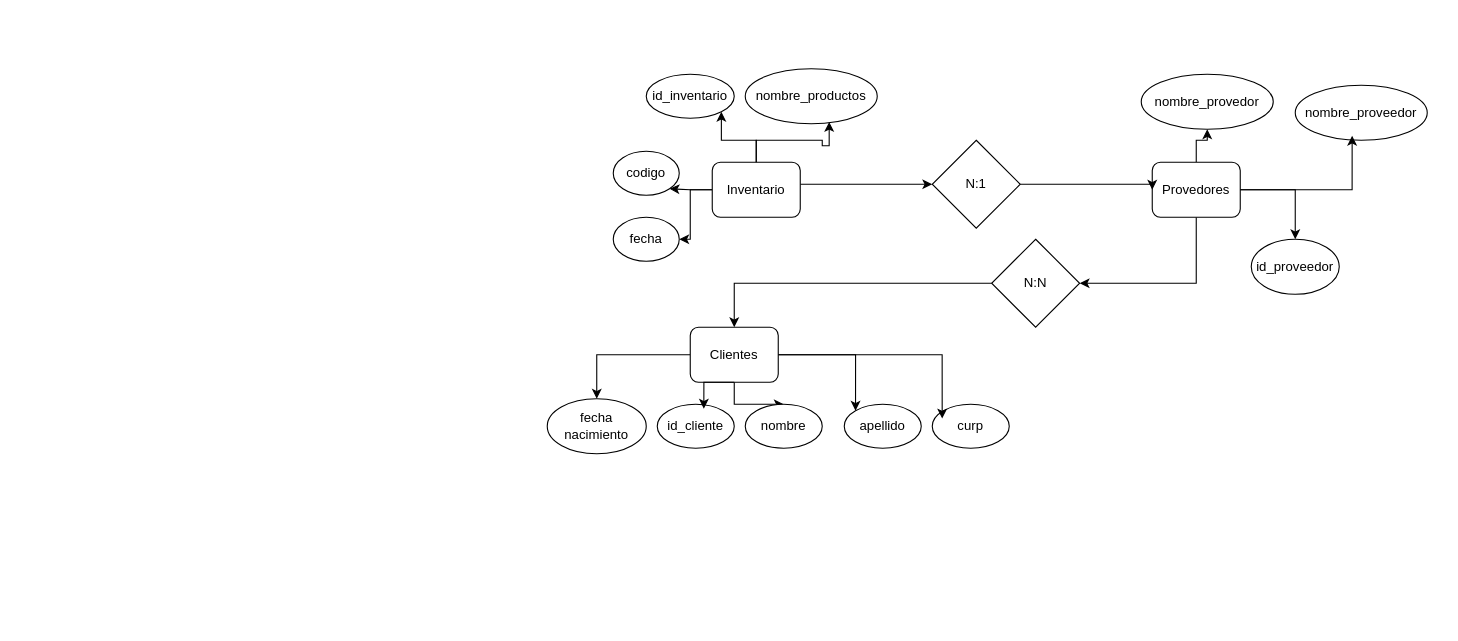
Earlier version of the draw.io diagram Diagrama sin título.drawio (AlexAntonio29/PracticasProgramacion). Source tidied: cells renumbered, new cells numbered last; positions are measured from the earlier drawing's top-left corner, leaving out a move shared by most shapes. Both pictures are drawn from the tidied source at 110%, with x=0, y=0 at pixel (547, 68).
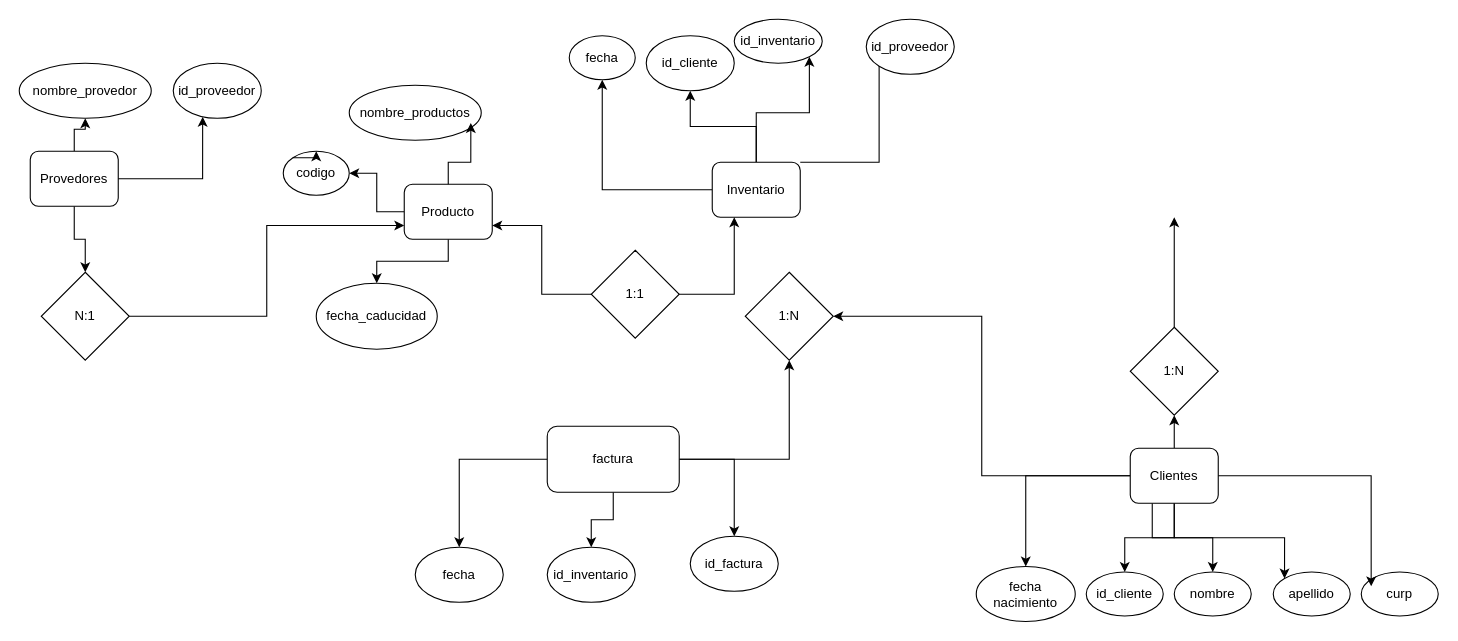
The same page after the edit.

Unchanged cells that the change refers to:
```xml
<mxCell id="6" value="Inventario" style="rounded=1;whiteSpace=wrap;html=1;" parent="1" vertex="1">
  <mxGeometry x="150" y="85" width="80" height="50" as="geometry" />
</mxCell>
```

Diff of the diagram source:
```diff
@@
-    <mxCell id="3" style="edgeStyle=orthogonalEdgeStyle;rounded=0;jettySize=auto;html=1;entryX=1;entryY=1;entryDx=0;entryDy=0;" parent="1" edge="1" source="6" target="17">
-      <mxGeometry relative="1" as="geometry" />
-    </mxCell>
@@
-    <mxCell id="5" style="edgeStyle=orthogonalEdgeStyle;rounded=0;jettySize=auto;html=1;entryX=0;entryY=0.5;entryDx=0;entryDy=0;" parent="1" edge="1" source="6" target="32">
-      <mxGeometry relative="1" as="geometry">
-        <Array as="points">
-          <mxPoint x="260" y="105" />
-          <mxPoint x="260" y="105" />
-        </Array>
-      </mxGeometry>
-    </mxCell>
+    <mxCell id="35" style="edgeStyle=orthogonalEdgeStyle;rounded=0;jettySize=auto;html=1;" parent="1" edge="1" source="6" target="55">
+      <mxGeometry relative="1" as="geometry" />
+    </mxCell>
+    <mxCell id="36" style="edgeStyle=orthogonalEdgeStyle;rounded=0;jettySize=auto;html=1;entryX=0;entryY=0;entryDx=0;entryDy=0;" parent="1" edge="1" source="6" target="54">
+      <mxGeometry relative="1" as="geometry">
+        <Array as="points">
+          <mxPoint x="301" y="85" />
+        </Array>
+      </mxGeometry>
+    </mxCell>
@@
+    <mxCell id="9" style="edgeStyle=orthogonalEdgeStyle;rounded=0;jettySize=auto;html=1;exitX=0.25;exitY=1;exitDx=0;exitDy=0;entryX=0;entryY=0;entryDx=0;entryDy=0;" parent="1" edge="1" source="10" target="24">
+      <mxGeometry relative="1" as="geometry" />
+    </mxCell>
+    <mxCell id="37" style="edgeStyle=orthogonalEdgeStyle;rounded=0;jettySize=auto;html=1;entryX=0.25;entryY=1;entryDx=0;entryDy=0;" parent="1" edge="1" source="59">
+      <mxGeometry relative="1" as="geometry">
+        <mxPoint x="570" y="135" as="targetPoint" />
+      </mxGeometry>
+    </mxCell>
+    <mxCell id="38" style="edgeStyle=orthogonalEdgeStyle;rounded=0;jettySize=auto;html=1;entryX=0.5;entryY=1;entryDx=0;entryDy=0;" parent="1" edge="1" source="10" target="59">
+      <mxGeometry relative="1" as="geometry" />
+    </mxCell>
+    <mxCell id="39" style="edgeStyle=orthogonalEdgeStyle;rounded=0;jettySize=auto;html=1;entryX=1;entryY=0.5;entryDx=0;entryDy=0;" parent="1" edge="1" source="10" target="58">
+      <mxGeometry relative="1" as="geometry" />
+    </mxCell>
+    <mxCell id="8" style="edgeStyle=orthogonalEdgeStyle;rounded=0;jettySize=auto;html=1;" parent="1" edge="1" source="10" target="23">
+      <mxGeometry relative="1" as="geometry" />
+    </mxCell>
+    <mxCell id="27" style="edgeStyle=orthogonalEdgeStyle;rounded=0;jettySize=auto;html=1;entryX=0.5;entryY=0;entryDx=0;entryDy=0;" parent="1" edge="1" source="10" target="22">
+      <mxGeometry relative="1" as="geometry" />
+    </mxCell>
-    <mxCell id="7" style="edgeStyle=orthogonalEdgeStyle;rounded=0;jettySize=auto;html=1;exitX=0;exitY=0.5;exitDx=0;exitDy=0;entryX=0.5;entryY=0;entryDx=0;entryDy=0;" parent="1" edge="1" source="10" target="26">
+    <mxCell id="7" style="edgeStyle=orthogonalEdgeStyle;rounded=0;jettySize=auto;html=1;" parent="1" edge="1" source="10" target="26">
       <mxGeometry relative="1" as="geometry" />
     </mxCell>
-    <mxCell id="8" style="edgeStyle=orthogonalEdgeStyle;rounded=0;jettySize=auto;html=1;" parent="1" edge="1" source="10" target="23">
-      <mxGeometry relative="1" as="geometry" />
-    </mxCell>
-    <mxCell id="9" style="edgeStyle=orthogonalEdgeStyle;rounded=0;jettySize=auto;html=1;exitX=1;exitY=0.5;exitDx=0;exitDy=0;entryX=0;entryY=0;entryDx=0;entryDy=0;" parent="1" edge="1" source="10" target="24">
-      <mxGeometry relative="1" as="geometry" />
-    </mxCell>
     <mxCell id="10" value="Clientes" style="rounded=1;whiteSpace=wrap;html=1;" parent="1" vertex="1">
-      <mxGeometry x="130" y="235" width="80" height="50" as="geometry" />
+      <mxGeometry x="530" y="345" width="80" height="50" as="geometry" />
     </mxCell>
-    <mxCell id="11" style="edgeStyle=orthogonalEdgeStyle;rounded=0;jettySize=auto;html=1;entryX=0.5;entryY=1;entryDx=0;entryDy=0;" parent="1" edge="1" source="14" target="20">
-      <mxGeometry relative="1" as="geometry" />
+    <mxCell id="11" style="edgeStyle=orthogonalEdgeStyle;rounded=0;orthogonalLoop=1;jettySize=auto;html=1;entryX=0.5;entryY=1;entryDx=0;entryDy=0;" parent="1" edge="1">
+      <mxGeometry relative="1" as="geometry">
+        <mxPoint x="590" y="85" as="sourcePoint" />
+      </mxGeometry>
     </mxCell>
-    <mxCell id="12" style="edgeStyle=orthogonalEdgeStyle;rounded=0;jettySize=auto;html=1;" parent="1" edge="1" source="14" target="19">
-      <mxGeometry relative="1" as="geometry" />
+    <mxCell id="12" style="edgeStyle=orthogonalEdgeStyle;rounded=0;orthogonalLoop=1;jettySize=auto;html=1;" parent="1" edge="1">
+      <mxGeometry relative="1" as="geometry">
+        <mxPoint x="630" y="110.1" as="sourcePoint" />
+      </mxGeometry>
     </mxCell>
-    <mxCell id="13" style="edgeStyle=orthogonalEdgeStyle;rounded=0;jettySize=auto;html=1;entryX=1;entryY=0.5;entryDx=0;entryDy=0;" parent="1" edge="1" source="14" target="34">
-      <mxGeometry relative="1" as="geometry">
-        <Array as="points">
-          <mxPoint x="590" y="195" />
-        </Array>
-      </mxGeometry>
-    </mxCell>
-    <mxCell id="14" value="Provedores" style="rounded=1;whiteSpace=wrap;html=1;" parent="1" vertex="1">
-      <mxGeometry x="550" y="85" width="80" height="50" as="geometry" />
-    </mxCell>
     <mxCell id="15" value="id_inventario" style="ellipse;whiteSpace=wrap;html=1;" parent="1" vertex="1">
-      <mxGeometry x="90" y="5" width="80" height="40" as="geometry" />
+      <mxGeometry x="170" y="-45" width="80" height="40" as="geometry" />
     </mxCell>
-    <mxCell id="16" value="nombre_productos" style="ellipse;whiteSpace=wrap;html=1;" parent="1" vertex="1">
-      <mxGeometry x="180" width="120" height="50" as="geometry" />
-    </mxCell>
-    <mxCell id="17" value="codigo" style="ellipse;whiteSpace=wrap;html=1;" parent="1" vertex="1">
-      <mxGeometry x="60" y="75" width="60" height="40" as="geometry" />
-    </mxCell>
     <mxCell id="18" value="fecha" style="ellipse;whiteSpace=wrap;html=1;" parent="1" vertex="1">
-      <mxGeometry x="60" y="135" width="60" height="40" as="geometry" />
+      <mxGeometry x="20" y="-30" width="60" height="40" as="geometry" />
     </mxCell>
-    <mxCell id="19" value="id_proveedor" style="ellipse;whiteSpace=wrap;html=1;" parent="1" vertex="1">
-      <mxGeometry x="640" y="155" width="80" height="50" as="geometry" />
-    </mxCell>
-    <mxCell id="20" value="nombre_provedor" style="ellipse;whiteSpace=wrap;html=1;" parent="1" vertex="1">
-      <mxGeometry x="540" y="5" width="120" height="50" as="geometry" />
-    </mxCell>
-    <mxCell id="21" value="nombre_proveedor" style="ellipse;whiteSpace=wrap;html=1;" parent="1" vertex="1">
-      <mxGeometry x="680" y="15" width="120" height="50" as="geometry" />
-    </mxCell>
     <mxCell id="22" value="id_cliente" style="ellipse;whiteSpace=wrap;html=1;" parent="1" vertex="1">
-      <mxGeometry x="100" y="305" width="70" height="40" as="geometry" />
+      <mxGeometry x="490" y="457.5" width="70" height="40" as="geometry" />
     </mxCell>
     <mxCell id="23" value="nombre" style="ellipse;whiteSpace=wrap;html=1;" parent="1" vertex="1">
-      <mxGeometry x="180" y="305" width="70" height="40" as="geometry" />
+      <mxGeometry x="570" y="457.5" width="70" height="40" as="geometry" />
     </mxCell>
     <mxCell id="24" value="apellido" style="ellipse;whiteSpace=wrap;html=1;" parent="1" vertex="1">
-      <mxGeometry x="270" y="305" width="70" height="40" as="geometry" />
+      <mxGeometry x="660" y="457.5" width="70" height="40" as="geometry" />
     </mxCell>
     <mxCell id="25" value="curp" style="ellipse;whiteSpace=wrap;html=1;" parent="1" vertex="1">
-      <mxGeometry x="350" y="305" width="70" height="40" as="geometry" />
+      <mxGeometry x="740" y="457.5" width="70" height="40" as="geometry" />
     </mxCell>
     <mxCell id="26" value="fecha nacimiento" style="ellipse;whiteSpace=wrap;html=1;" parent="1" vertex="1">
-      <mxGeometry y="300" width="90" height="50" as="geometry" />
+      <mxGeometry x="390" y="452.5" width="90" height="50" as="geometry" />
     </mxCell>
-    <mxCell id="27" style="edgeStyle=orthogonalEdgeStyle;rounded=0;jettySize=auto;html=1;exitX=0.5;exitY=1;exitDx=0;exitDy=0;entryX=0.605;entryY=0.1;entryDx=0;entryDy=0;entryPerimeter=0;" parent="1" edge="1" source="10" target="22">
-      <mxGeometry relative="1" as="geometry" />
-    </mxCell>
-    <mxCell id="28" style="edgeStyle=orthogonalEdgeStyle;rounded=0;jettySize=auto;html=1;entryX=0.129;entryY=0.325;entryDx=0;entryDy=0;entryPerimeter=0;" parent="1" edge="1" source="10" target="25">
+    <mxCell id="28" style="edgeStyle=orthogonalEdgeStyle;rounded=0;jettySize=auto;html=1;entryX=0.129;entryY=0.325;entryDx=0;entryDy=0;entryPerimeter=0;exitX=1;exitY=0.5;exitDx=0;exitDy=0;" parent="1" edge="1" source="10" target="25">
       <mxGeometry relative="1" as="geometry" />
     </mxCell>
-    <mxCell id="29" style="edgeStyle=orthogonalEdgeStyle;rounded=0;jettySize=auto;html=1;entryX=0.636;entryY=0.967;entryDx=0;entryDy=0;entryPerimeter=0;" parent="1" edge="1" source="6" target="16">
-      <mxGeometry relative="1" as="geometry" />
-    </mxCell>
-    <mxCell id="30" style="edgeStyle=orthogonalEdgeStyle;rounded=0;jettySize=auto;html=1;entryX=0.431;entryY=0.92;entryDx=0;entryDy=0;entryPerimeter=0;" parent="1" edge="1" source="14" target="21">
-      <mxGeometry relative="1" as="geometry" />
-    </mxCell>
-    <mxCell id="31" style="edgeStyle=orthogonalEdgeStyle;rounded=0;jettySize=auto;html=1;entryX=0;entryY=0.5;entryDx=0;entryDy=0;" parent="1" edge="1" source="32" target="14">
-      <mxGeometry relative="1" as="geometry">
-        <Array as="points">
-          <mxPoint x="550" y="105" />
-        </Array>
-      </mxGeometry>
-    </mxCell>
+    <mxCell id="40" style="edgeStyle=orthogonalEdgeStyle;rounded=0;jettySize=auto;html=1;" parent="1" edge="1" source="42" target="17">
+      <mxGeometry relative="1" as="geometry" />
+    </mxCell>
+    <mxCell id="41" style="edgeStyle=orthogonalEdgeStyle;rounded=0;jettySize=auto;html=1;" parent="1" edge="1" source="42" target="43">
+      <mxGeometry relative="1" as="geometry" />
+    </mxCell>
+    <mxCell id="42" value="Producto" style="rounded=1;whiteSpace=wrap;html=1;" parent="1" vertex="1">
+      <mxGeometry x="-130" y="105" width="80" height="50" as="geometry" />
+    </mxCell>
+    <mxCell id="16" value="nombre_productos" style="ellipse;whiteSpace=wrap;html=1;" parent="1" vertex="1">
+      <mxGeometry x="-180" y="15" width="120" height="50" as="geometry" />
+    </mxCell>
+    <mxCell id="17" value="codigo" style="ellipse;whiteSpace=wrap;html=1;" parent="1" vertex="1">
+      <mxGeometry x="-240" y="75" width="60" height="40" as="geometry" />
+    </mxCell>
+    <mxCell id="43" value="fecha_caducidad" style="ellipse;whiteSpace=wrap;html=1;" parent="1" vertex="1">
+      <mxGeometry x="-210" y="195" width="110" height="60" as="geometry" />
+    </mxCell>
+    <mxCell id="44" style="edgeStyle=orthogonalEdgeStyle;rounded=0;jettySize=auto;html=1;entryX=0.921;entryY=0.688;entryDx=0;entryDy=0;entryPerimeter=0;" parent="1" edge="1" source="42" target="16">
+      <mxGeometry relative="1" as="geometry" />
+    </mxCell>
+    <mxCell id="45" style="edgeStyle=orthogonalEdgeStyle;rounded=0;jettySize=auto;html=1;entryX=1;entryY=0.75;entryDx=0;entryDy=0;" parent="1" edge="1" source="47" target="42">
+      <mxGeometry relative="1" as="geometry" />
+    </mxCell>
+    <mxCell id="46" style="edgeStyle=orthogonalEdgeStyle;rounded=0;jettySize=auto;html=1;entryX=0.25;entryY=1;entryDx=0;entryDy=0;" parent="1" edge="1" source="47" target="6">
+      <mxGeometry relative="1" as="geometry" />
+    </mxCell>
+    <mxCell id="47" value="1:1" style="rhombus;whiteSpace=wrap;html=1;" parent="1" vertex="1">
+      <mxGeometry x="40" y="165" width="80" height="80" as="geometry" />
+    </mxCell>
+    <mxCell id="48" style="edgeStyle=orthogonalEdgeStyle;rounded=0;jettySize=auto;html=1;entryX=0.5;entryY=0;entryDx=0;entryDy=0;" parent="1" edge="1" source="52" target="53">
+      <mxGeometry relative="1" as="geometry" />
+    </mxCell>
+    <mxCell id="49" style="edgeStyle=orthogonalEdgeStyle;rounded=0;jettySize=auto;html=1;" parent="1" edge="1" source="52" target="56">
+      <mxGeometry relative="1" as="geometry" />
+    </mxCell>
+    <mxCell id="50" style="edgeStyle=orthogonalEdgeStyle;rounded=0;jettySize=auto;html=1;" parent="1" edge="1" source="52" target="57">
+      <mxGeometry relative="1" as="geometry" />
+    </mxCell>
+    <mxCell id="51" style="edgeStyle=orthogonalEdgeStyle;rounded=0;jettySize=auto;html=1;entryX=0.5;entryY=1;entryDx=0;entryDy=0;" parent="1" edge="1" source="52" target="58">
+      <mxGeometry relative="1" as="geometry" />
+    </mxCell>
+    <mxCell id="52" value="factura" style="rounded=1;whiteSpace=wrap;html=1;" parent="1" vertex="1">
+      <mxGeometry y="325" width="120" height="60" as="geometry" />
+    </mxCell>
+    <mxCell id="53" value="id_factura" style="ellipse;whiteSpace=wrap;html=1;" parent="1" vertex="1">
+      <mxGeometry x="130" y="425" width="80" height="50" as="geometry" />
+    </mxCell>
+    <mxCell id="54" value="id_proveedor" style="ellipse;whiteSpace=wrap;html=1;" parent="1" vertex="1">
+      <mxGeometry x="290" y="-45" width="80" height="50" as="geometry" />
+    </mxCell>
+    <mxCell id="55" value="id_cliente" style="ellipse;whiteSpace=wrap;html=1;" parent="1" vertex="1">
+      <mxGeometry x="90" y="-30" width="80" height="50" as="geometry" />
+    </mxCell>
+    <mxCell id="56" value="id_inventario" style="ellipse;whiteSpace=wrap;html=1;" parent="1" vertex="1">
+      <mxGeometry y="435" width="80" height="50" as="geometry" />
+    </mxCell>
+    <mxCell id="57" value="fecha" style="ellipse;whiteSpace=wrap;html=1;" parent="1" vertex="1">
+      <mxGeometry x="-120" y="435" width="80" height="50" as="geometry" />
+    </mxCell>
+    <mxCell id="58" value="1:N" style="rhombus;whiteSpace=wrap;html=1;" parent="1" vertex="1">
+      <mxGeometry x="180" y="185" width="80" height="80" as="geometry" />
+    </mxCell>
+    <mxCell id="59" value="1:N" style="rhombus;whiteSpace=wrap;html=1;" parent="1" vertex="1">
+      <mxGeometry x="530" y="235" width="80" height="80" as="geometry" />
+    </mxCell>
+    <mxCell id="60" style="edgeStyle=orthogonalEdgeStyle;rounded=0;jettySize=auto;html=1;" parent="1" edge="1" source="14" target="20">
+      <mxGeometry relative="1" as="geometry" />
+    </mxCell>
+    <mxCell id="61" style="edgeStyle=orthogonalEdgeStyle;rounded=0;jettySize=auto;html=1;entryX=0.5;entryY=0;entryDx=0;entryDy=0;" parent="1" edge="1" source="14" target="32">
+      <mxGeometry relative="1" as="geometry" />
+    </mxCell>
+    <mxCell id="14" value="Provedores" style="rounded=1;whiteSpace=wrap;html=1;" parent="1" vertex="1">
+      <mxGeometry x="-470" y="75" width="80" height="50" as="geometry" />
+    </mxCell>
+    <mxCell id="62" value="id_proveedor" style="ellipse;whiteSpace=wrap;html=1;" parent="1" vertex="1">
+      <mxGeometry x="-340" y="-5" width="80" height="50" as="geometry" />
+    </mxCell>
+    <mxCell id="20" value="nombre_provedor" style="ellipse;whiteSpace=wrap;html=1;" parent="1" vertex="1">
+      <mxGeometry x="-480" y="-5" width="120" height="50" as="geometry" />
+    </mxCell>
+    <mxCell id="63" style="edgeStyle=orthogonalEdgeStyle;rounded=0;jettySize=auto;html=1;entryX=0;entryY=0.75;entryDx=0;entryDy=0;" parent="1" edge="1" source="32" target="42">
+      <mxGeometry relative="1" as="geometry" />
+    </mxCell>
     <mxCell id="32" value="N:1" style="rhombus;whiteSpace=wrap;html=1;" parent="1" vertex="1">
-      <mxGeometry x="350" y="65" width="80" height="80" as="geometry" />
+      <mxGeometry x="-460" y="185" width="80" height="80" as="geometry" />
     </mxCell>
-    <mxCell id="33" style="edgeStyle=orthogonalEdgeStyle;rounded=0;jettySize=auto;html=1;entryX=0.5;entryY=0;entryDx=0;entryDy=0;" parent="1" edge="1" source="34" target="10">
-      <mxGeometry relative="1" as="geometry" />
-    </mxCell>
-    <mxCell id="34" value="N:N" style="rhombus;whiteSpace=wrap;html=1;" parent="1" vertex="1">
-      <mxGeometry x="404" y="155" width="80" height="80" as="geometry" />
-    </mxCell>
+    <mxCell id="64" style="edgeStyle=orthogonalEdgeStyle;rounded=0;jettySize=auto;html=1;entryX=0.334;entryY=0.975;entryDx=0;entryDy=0;entryPerimeter=0;" parent="1" edge="1" source="14" target="62">
+      <mxGeometry relative="1" as="geometry" />
+    </mxCell>
+    <mxCell id="65" style="edgeStyle=orthogonalEdgeStyle;rounded=0;orthogonalLoop=1;jettySize=auto;html=1;exitX=0;exitY=0;exitDx=0;exitDy=0;entryX=0.5;entryY=0;entryDx=0;entryDy=0;" parent="1" edge="1" source="17" target="17">
+      <mxGeometry relative="1" as="geometry" />
+    </mxCell>
```
